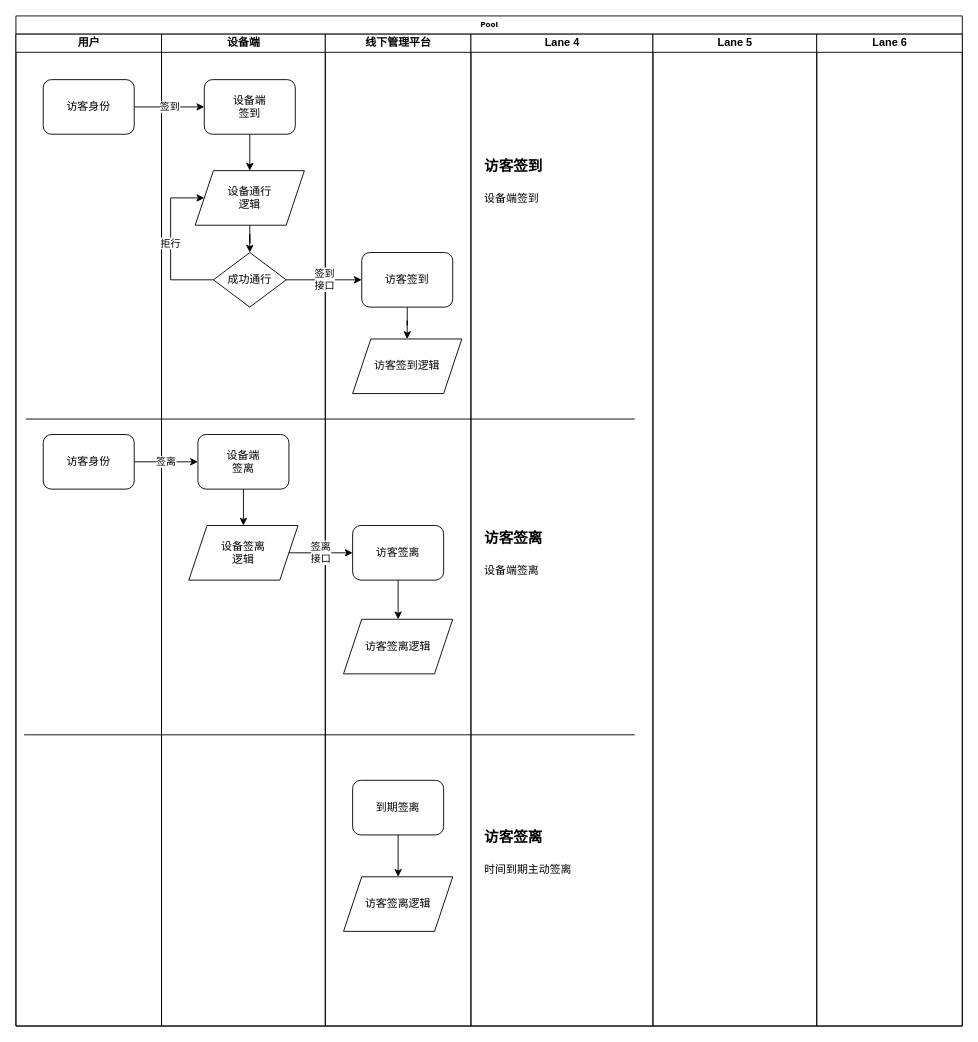
Earlier version of the draw.io diagram page "线下访客签到签离-整体流程" (2 of 7) of 访客功能-线下平台和设备交互流程.drawio (chwnjianhui/draw.io). Source tidied: cells renumbered, new cells numbered last; positions are measured from the earlier drawing's top-left corner, leaving out a move shared by most shapes. Both pictures are drawn from the tidied source at 91%, with x=0, y=0 at pixel (15, 15).
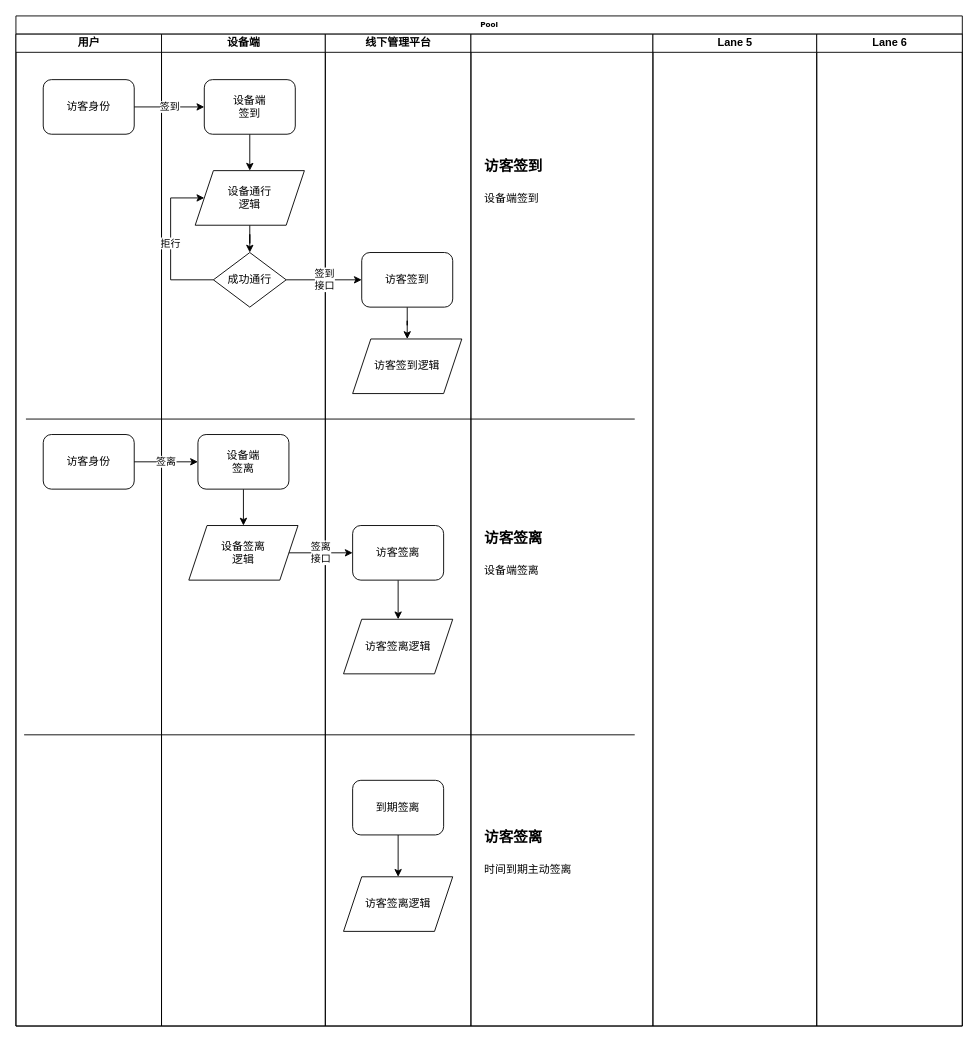
After the change.

The change refers to these unchanged cells:
```xml
<mxCell id="2" value="Pool" style="swimlane;html=1;startSize=20;rounded=0;shadow=0;labelBackgroundColor=none;strokeWidth=1;fontFamily=Verdana;fontSize=8;align=center;" parent="1" vertex="1">
  <mxGeometry width="1040" height="1110" as="geometry" />
</mxCell>
```

What changed in the source:
```diff
@@
-    <mxCell id="27" value="Lane 4" style="swimlane;html=1;startSize=20;" parent="2" vertex="1">
+    <mxCell id="27" style="swimlane;html=1;startSize=20;" parent="2" vertex="1">
       <mxGeometry x="500" y="20" width="200" height="1090" as="geometry" />
     </mxCell>
```
